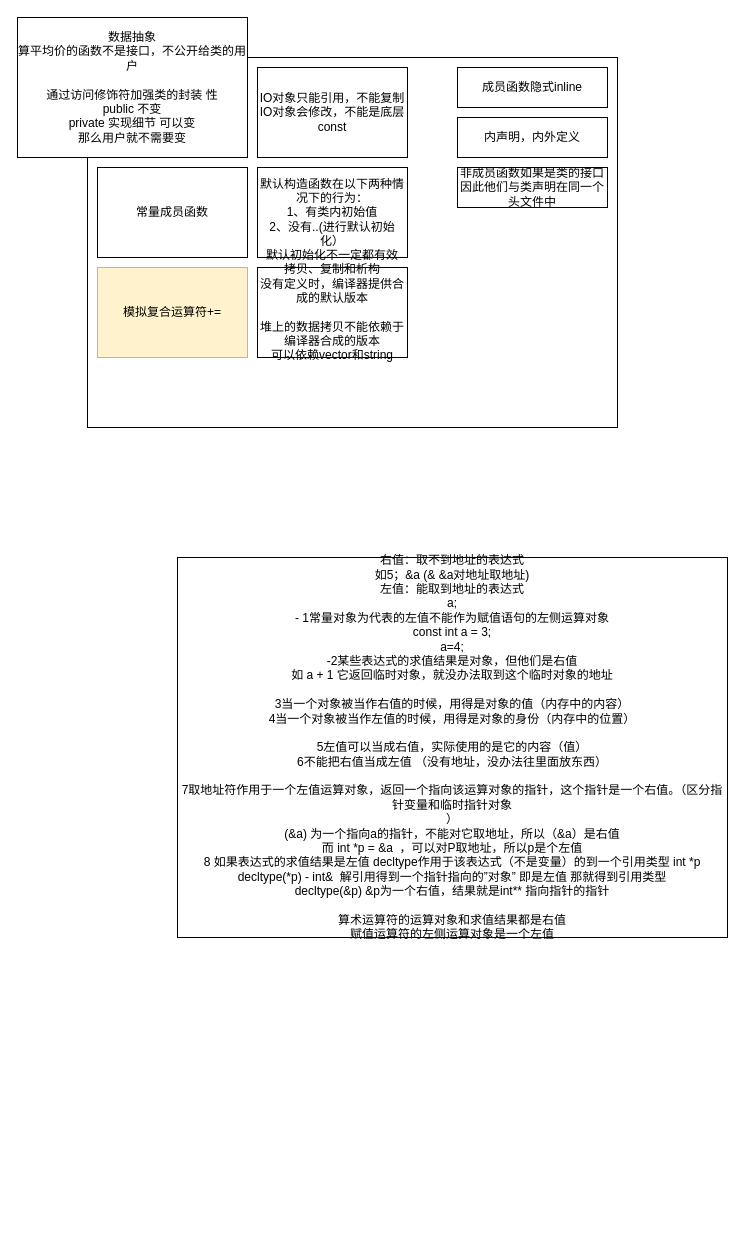
Above: Untitled Diagram.drawio in YannieCheung/botgrams (draw.io), before the change. Source tidied: cells renumbered, new cells numbered last; positions are measured from the earlier drawing's top-left corner, leaving out a move shared by most shapes. Both pictures are drawn from the tidied source at 100%, with x=0, y=0 at pixel (17, 17).
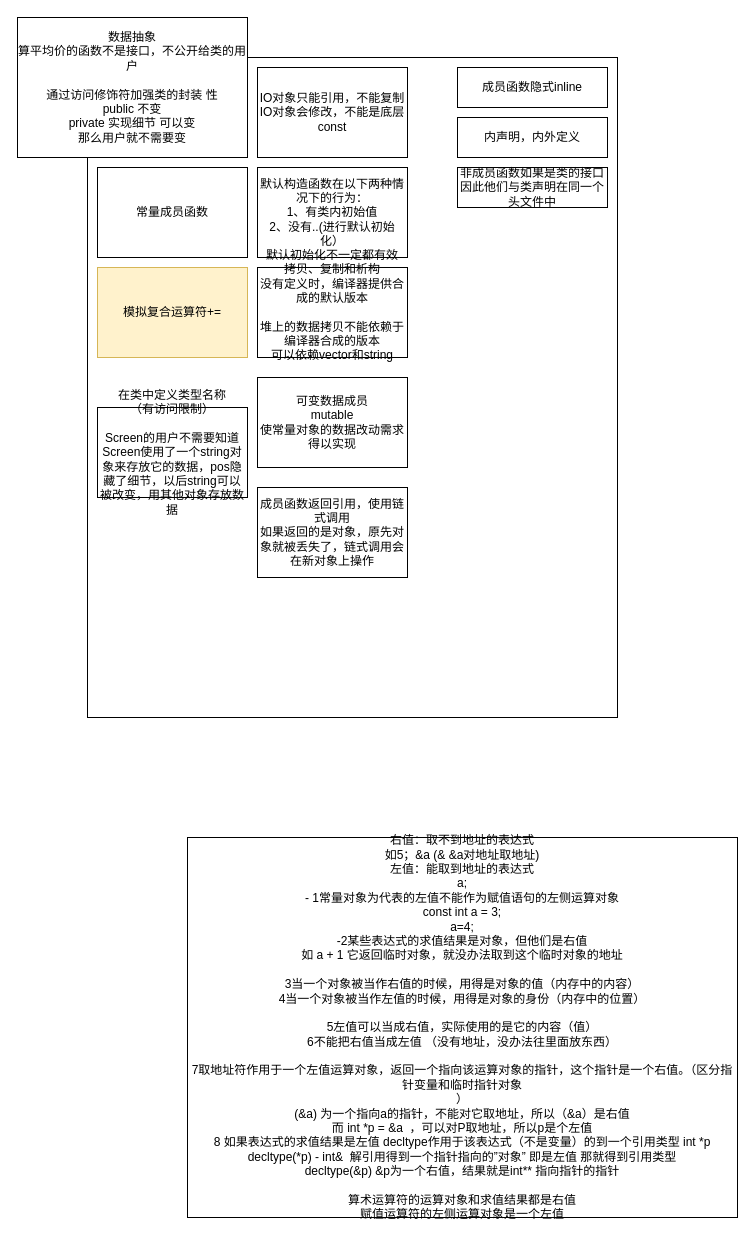
The same page after the edit.

Diff of the diagram source:
```diff
@@
 <mxGraphModel>
   <root>
     <mxCell id="0" />
     <mxCell id="1" parent="0" />
     <mxCell id="2" style="rounded=0;whiteSpace=wrap;html=1;" parent="1" vertex="1">
-      <mxGeometry x="70" y="40" width="530" height="370" as="geometry" />
+      <mxGeometry x="70" y="40" width="530" height="660" as="geometry" />
     </mxCell>
     <mxCell id="3" value="数据抽象&lt;br&gt;算平均价的函数不是接口，不公开给类的用户&lt;br&gt;&lt;br&gt;通过访问修饰符加强类的封装 性&lt;br&gt;public 不变&lt;br&gt;private 实现细节 可以变&lt;br&gt;那么用户就不需要变" style="rounded=0;whiteSpace=wrap;html=1;" parent="1" vertex="1">
       <mxGeometry width="230" height="140" as="geometry" />
     </mxCell>
     <mxCell id="4" value="常量成员函数" style="rounded=0;whiteSpace=wrap;html=1;" parent="1" vertex="1">
       <mxGeometry x="80" y="150" width="150" height="90" as="geometry" />
     </mxCell>
     <mxCell id="5" value="成员函数隐式inline" style="rounded=0;whiteSpace=wrap;html=1;" parent="1" vertex="1">
       <mxGeometry x="440" y="50" width="150" height="40" as="geometry" />
     </mxCell>
     <mxCell id="6" value="内声明，内外定义" style="rounded=0;whiteSpace=wrap;html=1;" parent="1" vertex="1">
       <mxGeometry x="440" y="100" width="150" height="40" as="geometry" />
     </mxCell>
     <mxCell id="7" value="模拟复合运算符+=" style="rounded=0;whiteSpace=wrap;html=1;fillColor=#fff2cc;strokeColor=#d6b656;" parent="1" vertex="1">
       <mxGeometry x="80" y="250" width="150" height="90" as="geometry" />
     </mxCell>
     <mxCell id="8" value="非成员函数如果是类的接口&lt;br&gt;因此他们与类声明在同一个头文件中" style="rounded=0;whiteSpace=wrap;html=1;" parent="1" vertex="1">
       <mxGeometry x="440" y="150" width="150" height="40" as="geometry" />
     </mxCell>
     <mxCell id="9" value="IO对象只能引用，不能复制&lt;br&gt;IO对象会修改，不能是底层const" style="rounded=0;whiteSpace=wrap;html=1;" parent="1" vertex="1">
       <mxGeometry x="240" y="50" width="150" height="90" as="geometry" />
     </mxCell>
     <mxCell id="10" value="&lt;br&gt;默认构造函数在以下两种情况下的行为：&lt;br&gt;1、有类内初始值&lt;br&gt;2、没有..(进行默认初始化）&lt;br&gt;默认初始化不一定都有效" style="rounded=0;whiteSpace=wrap;html=1;" parent="1" vertex="1">
       <mxGeometry x="240" y="150" width="150" height="90" as="geometry" />
     </mxCell>
     <mxCell id="11" value="拷贝、复制和析构&lt;br&gt;没有定义时，编译器提供合成的默认版本&lt;br&gt;&lt;br&gt;堆上的数据拷贝不能依赖于编译器合成的版本&lt;br&gt;可以依赖vector和string" style="rounded=0;whiteSpace=wrap;html=1;" parent="1" vertex="1">
       <mxGeometry x="240" y="250" width="150" height="90" as="geometry" />
     </mxCell>
     <mxCell id="12" value="右值：取不到地址的表达式&lt;br&gt;如5；&amp;amp;a (&amp;amp; &amp;amp;a对地址取地址)&lt;br&gt;左值：能取到地址的表达式&lt;br&gt;a;&lt;br&gt;- 1常量对象为代表的左值不能作为赋值语句的左侧运算对象&lt;br&gt;const int a = 3;&lt;br&gt;a=4;&lt;br&gt;-2某些表达式的求值结果是对象，但他们是右值&lt;br&gt;如 a + 1 它返回临时对象，就没办法取到这个临时对象的地址&lt;br&gt;&lt;br&gt;3当一个对象被当作右值的时候，用得是对象的值（内存中的内容）&lt;br&gt;4当一个对象被当作左值的时候，用得是对象的身份（内存中的位置）&lt;br&gt;&lt;br&gt;5左值可以当成右值，实际使用的是它的内容（值）&lt;br&gt;6不能把右值当成左值 （没有地址，没办法往里面放东西）&lt;br&gt;&lt;br&gt;7取地址符作用于一个左值运算对象，返回一个指向该运算对象的指针，这个指针是一个右值。（区分指针变量和临时指针对象&lt;br&gt;）&lt;br&gt;(&amp;amp;a) 为一个指向a的指针，不能对它取地址，所以（&amp;amp;a）是右值&lt;br&gt;而 int *p = &amp;amp;a&amp;nbsp; ，可以对P取地址，所以p是个左值&lt;br&gt;8 如果表达式的求值结果是左值 decltype作用于该表达式（不是变量）的到一个引用类型 int *p&lt;br&gt;decltype(*p) - int&amp;amp;&amp;nbsp; 解引用得到一个指针指向的”对象” 即是左值 那就得到引用类型&lt;br&gt;decltype(&amp;amp;p) &amp;amp;p为一个右值，结果就是int** 指向指针的指针&lt;br&gt;&lt;br&gt;算术运算符的运算对象和求值结果都是右值&lt;br&gt;赋值运算符的左侧运算对象是一个左值" style="rounded=0;whiteSpace=wrap;html=1;" parent="1" vertex="1">
-      <mxGeometry x="160" y="540" width="550" height="380" as="geometry" />
+      <mxGeometry x="170" y="820" width="550" height="380" as="geometry" />
     </mxCell>
+    <mxCell id="13" value="在类中定义类型名称&lt;br&gt;（有访问限制）&lt;br&gt;&lt;br&gt;Screen的用户不需要知道Screen使用了一个string对象来存放它的数据，pos隐藏了细节，以后string可以被改变，用其他对象存放数据" style="rounded=0;whiteSpace=wrap;html=1;" parent="1" vertex="1">
+      <mxGeometry x="80" y="390" width="150" height="90" as="geometry" />
+    </mxCell>
+    <mxCell id="14" value="可变数据成员&lt;br&gt;mutable&lt;br&gt;使常量对象的数据改动需求得以实现" style="rounded=0;whiteSpace=wrap;html=1;" parent="1" vertex="1">
+      <mxGeometry x="240" y="360" width="150" height="90" as="geometry" />
+    </mxCell>
+    <mxCell id="15" value="成员函数返回引用，使用链式调用&lt;br&gt;如果返回的是对象，原先对象就被丢失了，链式调用会在新对象上操作" style="rounded=0;whiteSpace=wrap;html=1;" parent="1" vertex="1">
+      <mxGeometry x="240" y="470" width="150" height="90" as="geometry" />
+    </mxCell>
   </root>
 </mxGraphModel>
```
